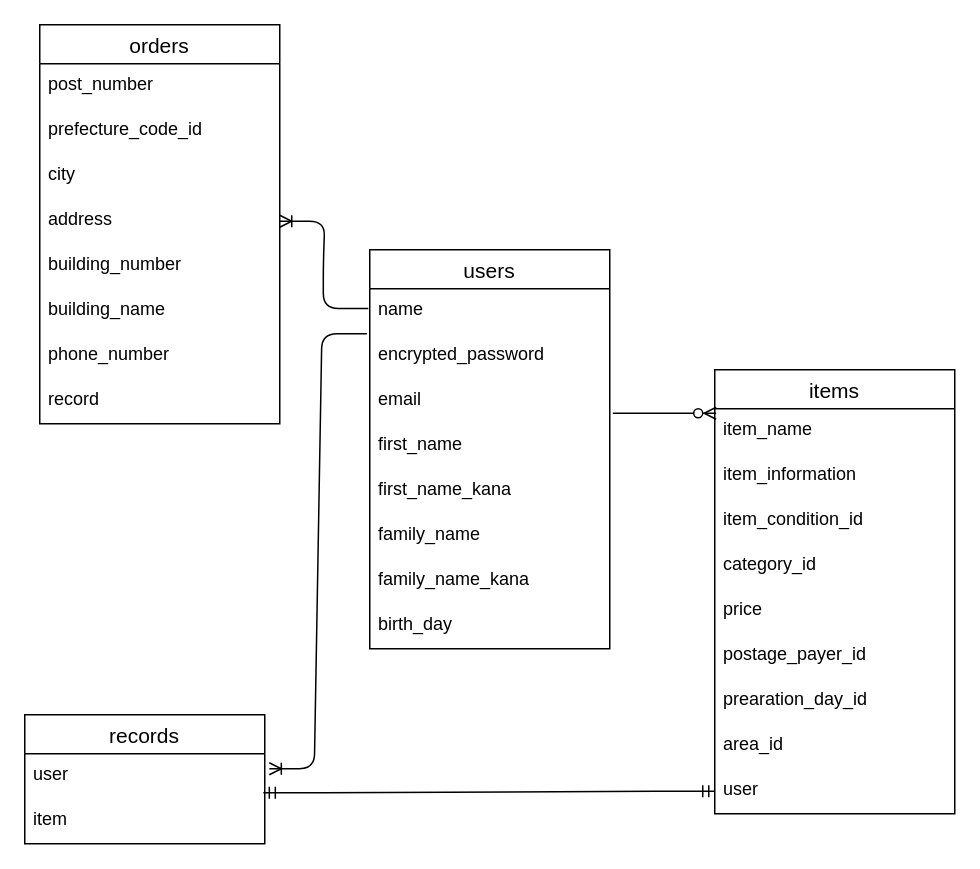
Earlier version of the draw.io diagram test.dio (kuzuyu/furima-37291). Source tidied: cells renumbered, new cells numbered last; positions are measured from the earlier drawing's top-left corner, leaving out a move shared by most shapes. Both pictures are drawn from the tidied source at 150%, with x=0, y=0 at pixel (24, 24).
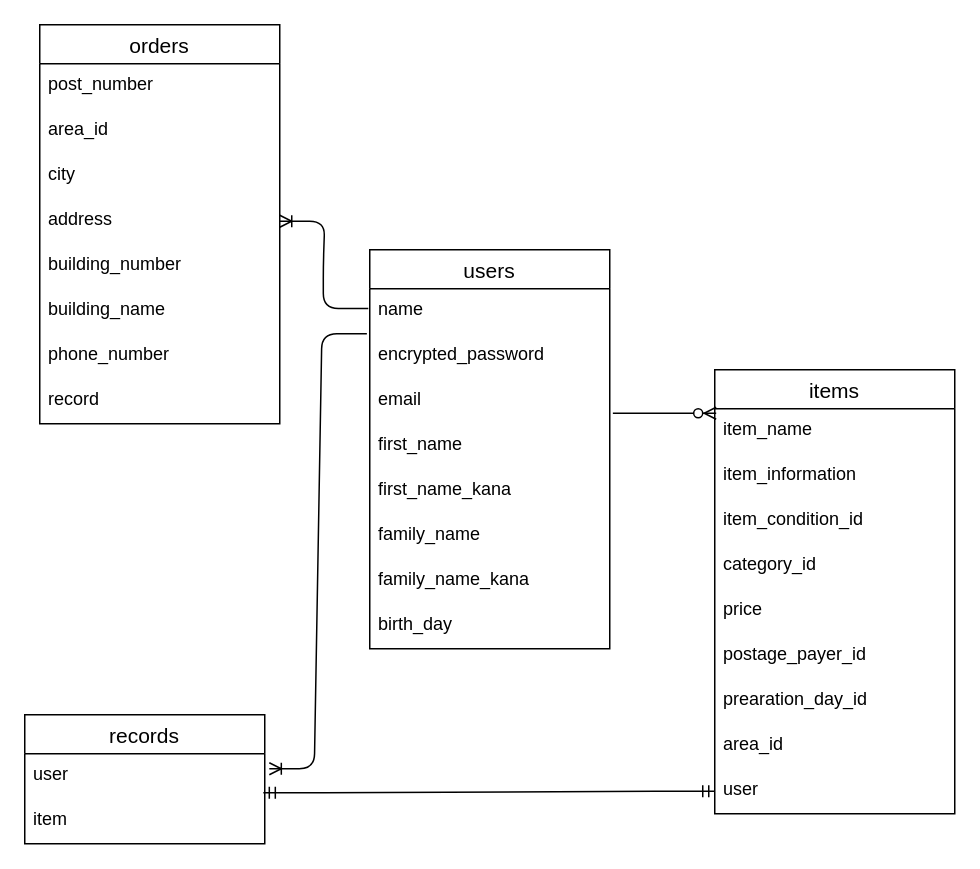
The same page after the edit.

The change refers to these unchanged cells:
```xml
<mxCell id="11" value="orders" style="swimlane;fontStyle=0;horizontal=1;startSize=26;align=center;fontSize=14;" parent="1" vertex="1">
  <mxGeometry x="10" width="160" height="266" as="geometry" />
</mxCell>
```

The edit, as a diff of the source:
```diff
@@
-    <mxCell id="13" value="prefecture_code_id" style="text;strokeColor=none;fillColor=none;spacingLeft=4;spacingRight=4;overflow=hidden;fontSize=12;" parent="11" vertex="1">
+    <mxCell id="13" value="area_id" style="text;strokeColor=none;fillColor=none;spacingLeft=4;spacingRight=4;overflow=hidden;fontSize=12;" parent="11" vertex="1">
       <mxGeometry y="56" width="160" height="30" as="geometry" />
     </mxCell>
```
